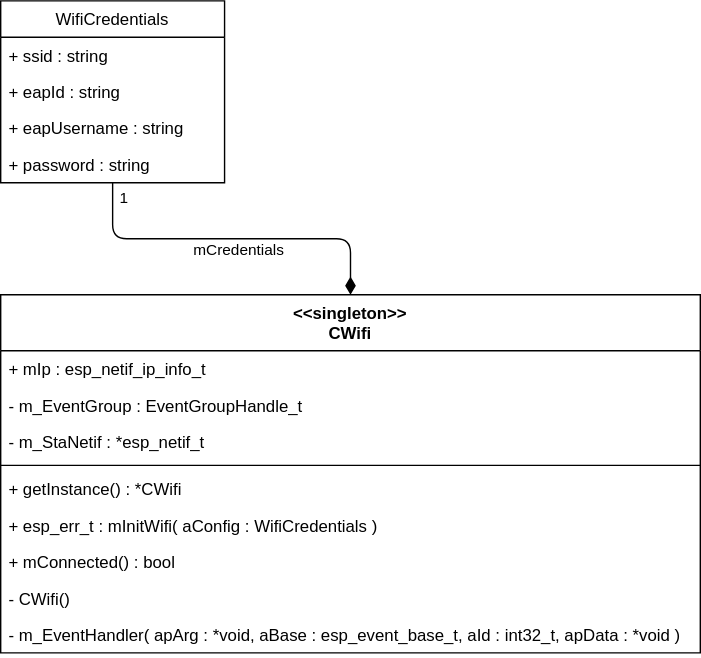
SenseBoxTI/FirmwareDesign keeps this draw.io diagram as uml/wifi-network-stack.drawio.svg. Above is the earlier version. Source tidied: cells renumbered, new cells last; positions are measured from the earlier drawing's top-left corner, leaving out a move shared by most shapes.
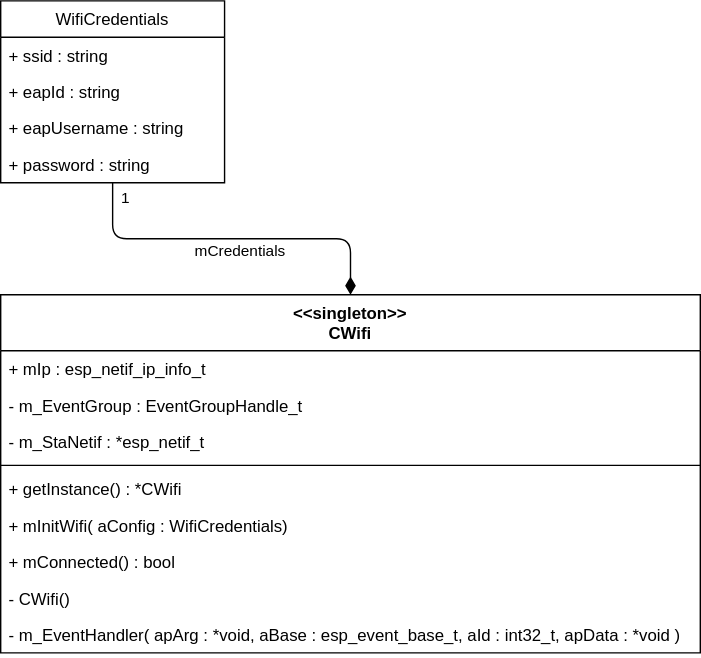
After the commit.

Commit message:
Fix return type

What changed in the source:
```diff
@@ -20,7 +20,7 @@
     <mxCell id="7" value="+ getInstance() : *CWifi" style="text;strokeColor=none;fillColor=none;align=left;verticalAlign=top;spacingLeft=4;spacingRight=4;overflow=hidden;" parent="2" vertex="1">
       <mxGeometry y="126" width="500" height="26" as="geometry" />
     </mxCell>
-    <mxCell id="8" value="+ esp_err_t : mInitWifi( aConfig : WifiCredentials )" style="text;strokeColor=none;fillColor=none;align=left;verticalAlign=top;spacingLeft=4;spacingRight=4;overflow=hidden;" parent="2" vertex="1">
+    <mxCell id="8" value="+ mInitWifi( aConfig : WifiCredentials)" style="text;strokeColor=none;fillColor=none;align=left;verticalAlign=top;spacingLeft=4;spacingRight=4;overflow=hidden;" parent="2" vertex="1">
       <mxGeometry y="152" width="500" height="26" as="geometry" />
     </mxCell>
     <mxCell id="9" value="+ mConnected() : bool" style="text;strokeColor=none;fillColor=none;align=left;verticalAlign=top;spacingLeft=4;spacingRight=4;overflow=hidden;" parent="2" vertex="1">
```
